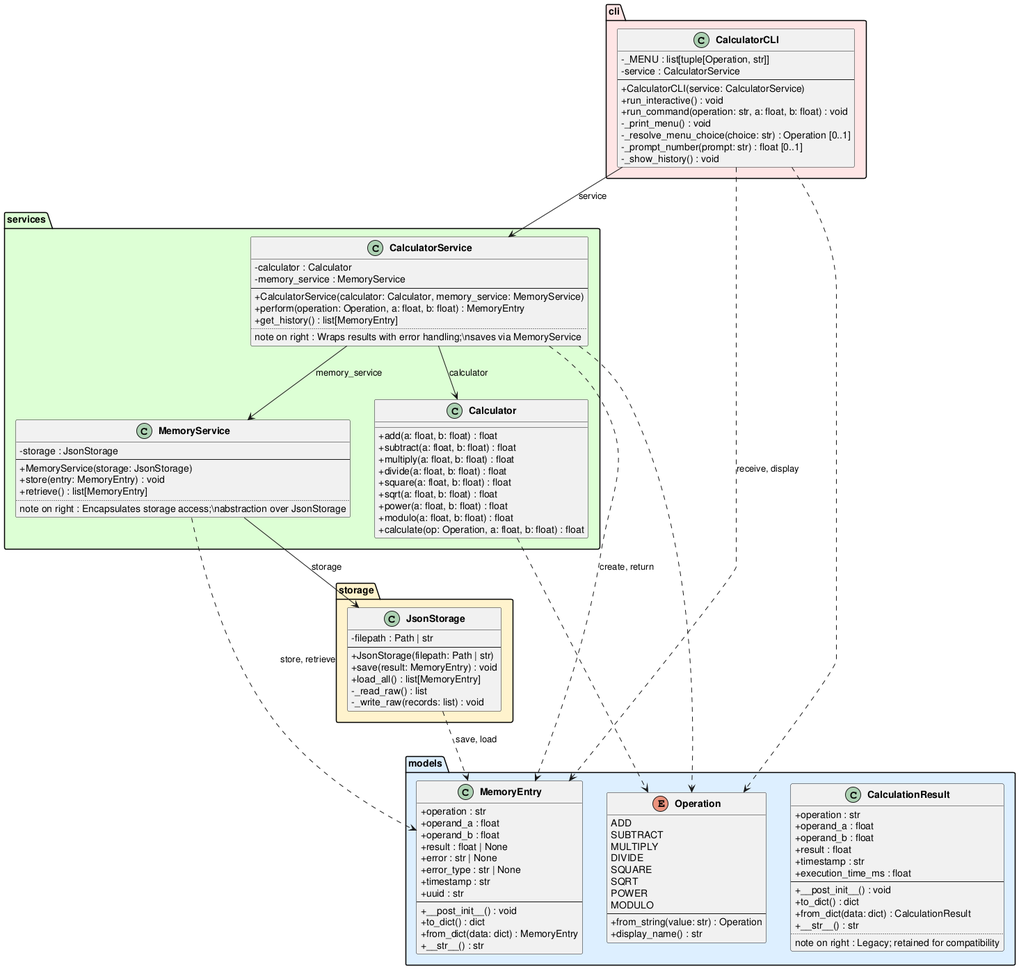
The PlantUML diagram experiments/pipeline/user_stories/calculator/artifacts/class_diagram.png in DanielRiha8906/Software_autoevolution_using_agents, before a commit.
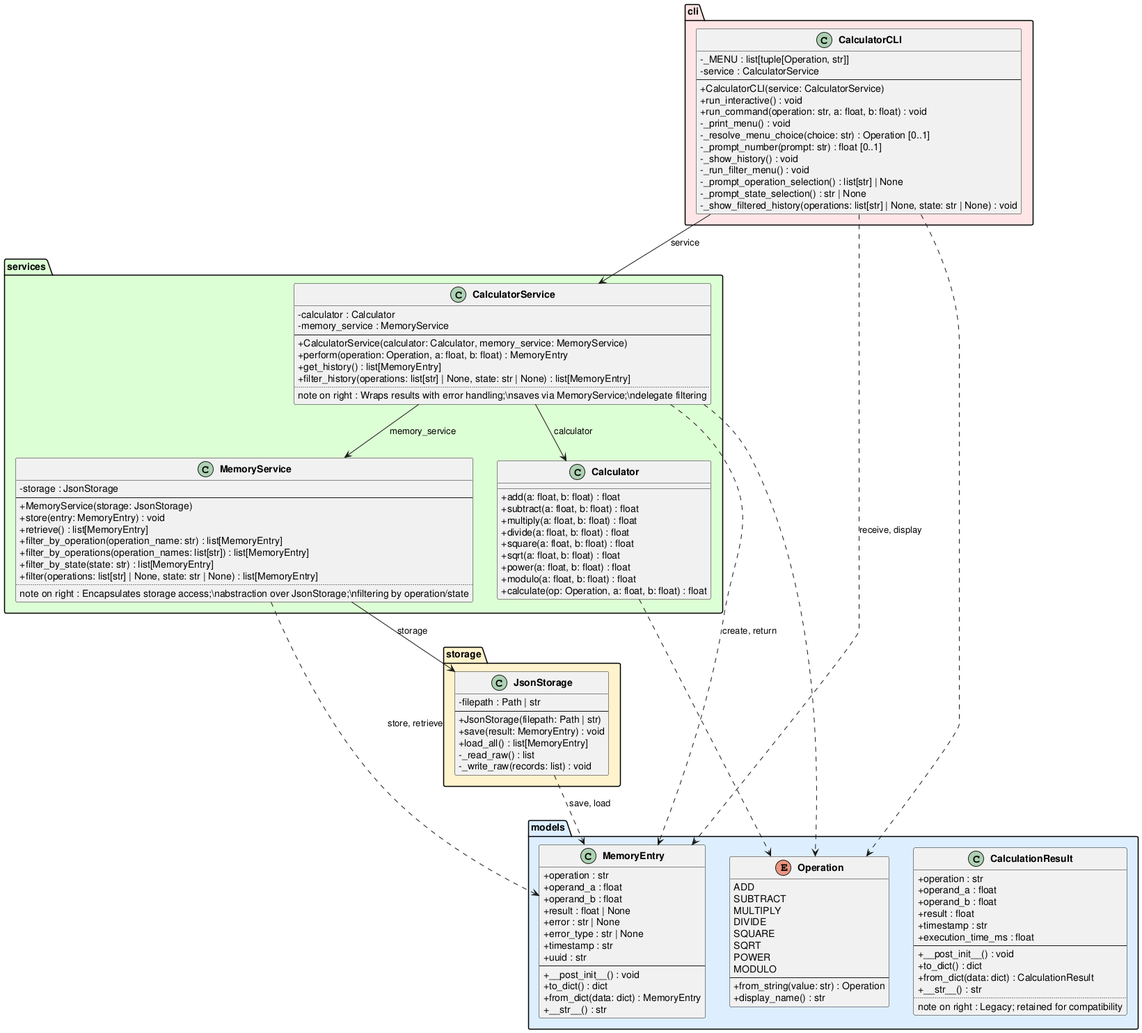
The same file after the commit.

Diff of the diagram source:
```diff
@@ -70,8 +70,12 @@
         +MemoryService(storage: JsonStorage)
         +store(entry: MemoryEntry) : void
         +retrieve() : list[MemoryEntry]
+        +filter_by_operation(operation_name: str) : list[MemoryEntry]
+        +filter_by_operations(operation_names: list[str]) : list[MemoryEntry]
+        +filter_by_state(state: str) : list[MemoryEntry]
+        +filter(operations: list[str] | None, state: str | None) : list[MemoryEntry]
         ..
-        note on right : Encapsulates storage access;\\nabstraction over JsonStorage
+        note on right : Encapsulates storage access;\\nabstraction over JsonStorage;\\nfiltering by operation/state
     }
 
     class CalculatorService {
@@ -81,8 +85,9 @@
         +CalculatorService(calculator: Calculator, memory_service: MemoryService)
         +perform(operation: Operation, a: float, b: float) : MemoryEntry
         +get_history() : list[MemoryEntry]
+        +filter_history(operations: list[str] | None, state: str | None) : list[MemoryEntry]
         ..
-        note on right : Wraps results with error handling;\\nsaves via MemoryService
+        note on right : Wraps results with error handling;\\nsaves via MemoryService;\\ndelegate filtering
     }
 }
 
@@ -110,6 +115,10 @@
         -_resolve_menu_choice(choice: str) : Operation [0..1]
         -_prompt_number(prompt: str) : float [0..1]
         -_show_history() : void
+        -_run_filter_menu() : void
+        -_prompt_operation_selection() : list[str] | None
+        -_prompt_state_selection() : str | None
+        -_show_filtered_history(operations: list[str] | None, state: str | None) : void
     }
 }
 
```
